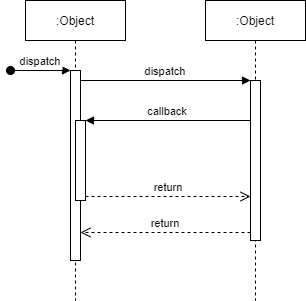
The draw.io diagram Sequence Diagram.png in Cmatttt/cs4306-project, before a commit. Source tidied: cells renumbered, new cells last; positions are measured from the earlier drawing's top-left corner, leaving out a move shared by most shapes.
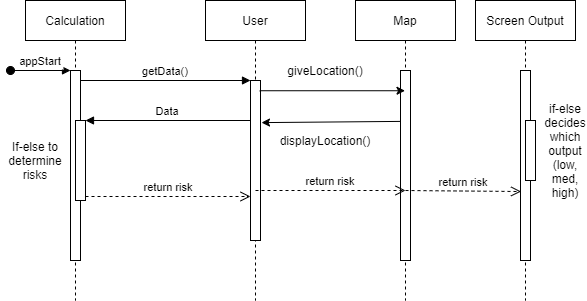
After the commit.

What changed in the source:
```diff
@@ -2,13 +2,13 @@
   <root>
     <mxCell id="0" />
     <mxCell id="1" parent="0" />
-    <mxCell id="2" value=":Object" style="shape=umlLifeline;perimeter=lifelinePerimeter;rounded=0;shadow=0;strokeWidth=1;" parent="1" vertex="1">
+    <mxCell id="2" value="Calculation" style="shape=umlLifeline;perimeter=lifelinePerimeter;rounded=0;shadow=0;strokeWidth=1;" parent="1" vertex="1">
       <mxGeometry x="15" width="100" height="300" as="geometry" />
     </mxCell>
     <mxCell id="3" style="points=[];perimeter=orthogonalPerimeter;rounded=0;shadow=0;strokeWidth=1;" parent="2" vertex="1">
       <mxGeometry x="45" y="70" width="10" height="190" as="geometry" />
     </mxCell>
-    <mxCell id="4" value="dispatch" style="verticalAlign=bottom;startArrow=oval;endArrow=block;startSize=8;shadow=0;strokeWidth=1;" parent="2" edge="1" target="3">
+    <mxCell id="4" value="appStart" style="verticalAlign=bottom;startArrow=oval;endArrow=block;startSize=8;shadow=0;strokeWidth=1;" parent="2" edge="1" target="3">
       <mxGeometry relative="1" as="geometry">
         <mxPoint x="-15" y="70" as="sourcePoint" />
       </mxGeometry>
@@ -16,23 +16,64 @@
     <mxCell id="5" style="points=[];perimeter=orthogonalPerimeter;rounded=0;shadow=0;strokeWidth=1;" parent="2" vertex="1">
       <mxGeometry x="50" y="120" width="10" height="80" as="geometry" />
     </mxCell>
-    <mxCell id="6" value=":Object" style="shape=umlLifeline;perimeter=lifelinePerimeter;rounded=0;shadow=0;strokeWidth=1;" parent="1" vertex="1">
+    <mxCell id="6" value="User" style="shape=umlLifeline;perimeter=lifelinePerimeter;rounded=0;shadow=0;strokeWidth=1;" parent="1" vertex="1">
       <mxGeometry x="195" width="100" height="300" as="geometry" />
     </mxCell>
     <mxCell id="7" style="points=[];perimeter=orthogonalPerimeter;rounded=0;shadow=0;strokeWidth=1;" parent="6" vertex="1">
       <mxGeometry x="45" y="80" width="10" height="160" as="geometry" />
     </mxCell>
-    <mxCell id="8" value="return" style="verticalAlign=bottom;endArrow=open;dashed=1;endSize=8;exitX=0;exitY=0.95;shadow=0;strokeWidth=1;" parent="1" edge="1" source="7" target="3">
-      <mxGeometry relative="1" as="geometry" />
-    </mxCell>
-    <mxCell id="9" value="dispatch" style="verticalAlign=bottom;endArrow=block;entryX=0;entryY=0;shadow=0;strokeWidth=1;" parent="1" edge="1" source="3" target="7">
+    <mxCell id="9" value="getData()" style="verticalAlign=bottom;endArrow=block;entryX=0;entryY=0;shadow=0;strokeWidth=1;" parent="1" edge="1" source="3" target="7">
       <mxGeometry relative="1" as="geometry" />
     </mxCell>
-    <mxCell id="10" value="callback" style="verticalAlign=bottom;endArrow=block;entryX=1;entryY=0;shadow=0;strokeWidth=1;" parent="1" edge="1" source="7" target="5">
+    <mxCell id="10" value="Data" style="verticalAlign=bottom;endArrow=block;entryX=1;entryY=0;shadow=0;strokeWidth=1;" parent="1" edge="1" source="7" target="5">
       <mxGeometry relative="1" as="geometry" />
     </mxCell>
-    <mxCell id="11" value="return" style="verticalAlign=bottom;endArrow=open;dashed=1;endSize=8;exitX=1;exitY=0.95;shadow=0;strokeWidth=1;" parent="1" edge="1" source="5" target="7">
+    <mxCell id="11" value="return risk" style="verticalAlign=bottom;endArrow=open;dashed=1;endSize=8;exitX=1;exitY=0.95;shadow=0;strokeWidth=1;" parent="1" edge="1" source="5" target="7">
       <mxGeometry relative="1" as="geometry" />
     </mxCell>
+    <mxCell id="12" value="If-else to determine risks" style="text;html=1;strokeColor=none;fillColor=none;align=center;verticalAlign=middle;whiteSpace=wrap;rounded=0;" parent="1" vertex="1">
+      <mxGeometry x="5" y="150" width="40" height="20" as="geometry" />
+    </mxCell>
+    <mxCell id="13" value="Map" style="shape=umlLifeline;perimeter=lifelinePerimeter;rounded=0;shadow=0;strokeWidth=1;" parent="1" vertex="1">
+      <mxGeometry x="345" width="100" height="300" as="geometry" />
+    </mxCell>
+    <mxCell id="14" style="perimeter=orthogonalPerimeter;rounded=0;shadow=0;strokeWidth=1;" parent="13" vertex="1">
+      <mxGeometry x="45" y="70" width="10" height="190" as="geometry" />
+    </mxCell>
+    <mxCell id="15" style="endArrow=classic;html=1;exitX=0.92;exitY=0.064;exitDx=0;exitDy=0;exitPerimeter=0;" parent="1" edge="1" source="7" target="13">
+      <mxGeometry relative="1" as="geometry" />
+    </mxCell>
+    <mxCell id="16" value="giveLocation()" style="text;html=1;strokeColor=none;fillColor=none;align=center;verticalAlign=middle;whiteSpace=wrap;rounded=0;" parent="1" vertex="1">
+      <mxGeometry x="295" y="60" width="40" height="20" as="geometry" />
+    </mxCell>
+    <mxCell id="17" style="endArrow=classic;html=1;exitX=0.45;exitY=0.403;exitDx=0;exitDy=0;exitPerimeter=0;entryX=0.56;entryY=0.407;entryDx=0;entryDy=0;entryPerimeter=0;" parent="1" edge="1" source="13" target="6">
+      <mxGeometry relative="1" as="geometry" />
+    </mxCell>
+    <mxCell id="18" value="displayLocation()" style="text;html=1;strokeColor=none;fillColor=none;align=center;verticalAlign=middle;whiteSpace=wrap;rounded=0;" parent="1" vertex="1">
+      <mxGeometry x="295" y="130" width="40" height="20" as="geometry" />
+    </mxCell>
+    <mxCell id="19" value="Screen Output" style="shape=umlLifeline;perimeter=lifelinePerimeter;rounded=0;shadow=0;strokeWidth=1;" parent="1" vertex="1">
+      <mxGeometry x="465" width="100" height="300" as="geometry" />
+    </mxCell>
+    <mxCell id="20" style="points=[];perimeter=orthogonalPerimeter;rounded=0;shadow=0;strokeWidth=1;" parent="19" vertex="1">
+      <mxGeometry x="45" y="70" width="10" height="190" as="geometry" />
+    </mxCell>
+    <mxCell id="21" style="rounded=0;whiteSpace=wrap;html=1;" parent="19" vertex="1">
+      <mxGeometry x="50" y="120" width="10" height="60" as="geometry" />
+    </mxCell>
+    <mxCell id="22" value="return risk" style="verticalAlign=bottom;endArrow=open;dashed=1;endSize=8;exitX=1;exitY=0.95;shadow=0;strokeWidth=1;" parent="1" edge="1">
+      <mxGeometry relative="1" as="geometry">
+        <mxPoint x="245" y="190" as="sourcePoint" />
+        <mxPoint x="395" y="190" as="targetPoint" />
+      </mxGeometry>
+    </mxCell>
+    <mxCell id="23" value="return risk" style="verticalAlign=bottom;endArrow=open;dashed=1;endSize=8;exitX=1;exitY=0.95;shadow=0;strokeWidth=1;entryX=0.057;entryY=0.637;entryDx=0;entryDy=0;entryPerimeter=0;" parent="1" edge="1" target="20">
+      <mxGeometry relative="1" as="geometry">
+        <mxPoint x="395" y="190" as="sourcePoint" />
+      </mxGeometry>
+    </mxCell>
+    <mxCell id="24" value="if-else decides which output (low, med, high)" style="text;html=1;strokeColor=none;fillColor=none;align=center;verticalAlign=middle;whiteSpace=wrap;rounded=0;" parent="1" vertex="1">
+      <mxGeometry x="535" y="140" width="40" height="20" as="geometry" />
+    </mxCell>
   </root>
 </mxGraphModel>
```
